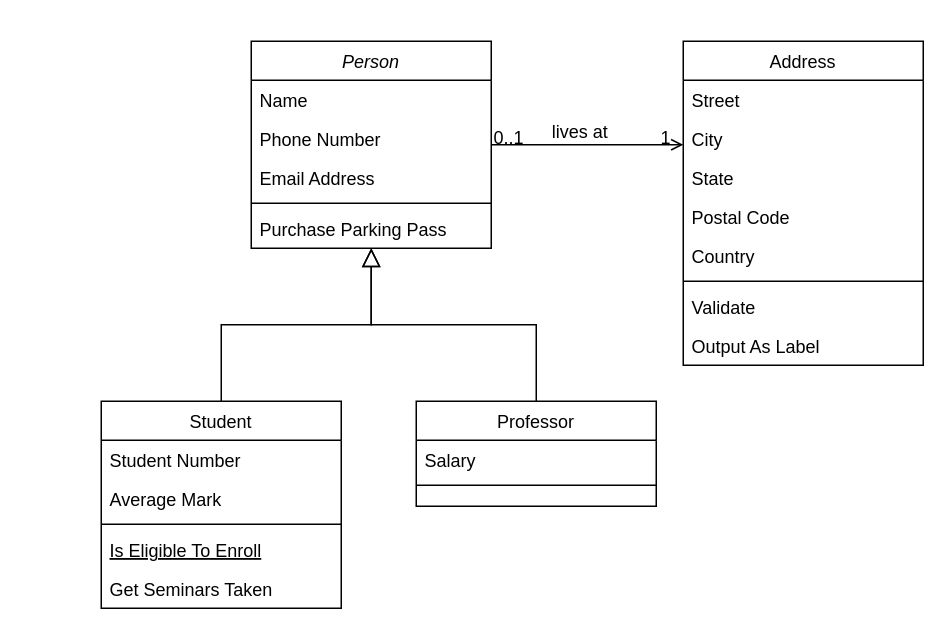
sopra-the-endboss/laser-chad-fullstack keeps this draw.io diagram as microservices_components.drawio. Above is the earlier version. Source tidied: cells renumbered, new cells numbered last; positions are measured from the earlier drawing's top-left corner, leaving out a move shared by most shapes. Both pictures are drawn from the tidied source at 150%, with x=0, y=0 at pixel (100, 40).
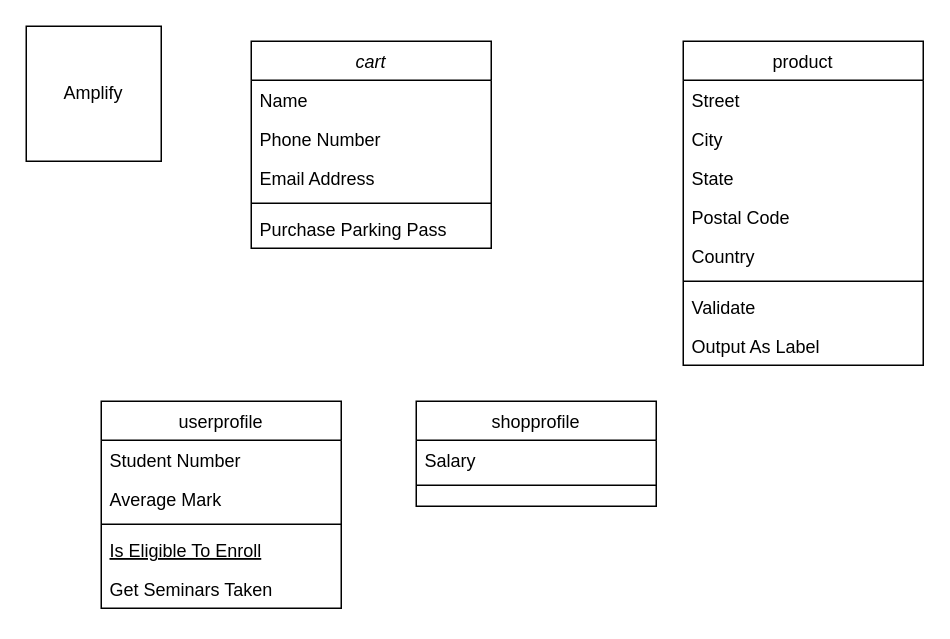
After the change.

What changed in the source:
```diff
@@
-    <mxCell id="2" value="Person" style="swimlane;fontStyle=2;align=center;verticalAlign=top;horizontal=1;startSize=26;rounded=0;shadow=0;strokeWidth=1;" parent="1" vertex="1">
+    <mxCell id="2" value="cart" style="swimlane;fontStyle=2;align=center;verticalAlign=top;horizontal=1;startSize=26;rounded=0;shadow=0;strokeWidth=1;" parent="1" vertex="1">
       <mxGeometry x="100" width="160" height="138" as="geometry" />
     </mxCell>
@@
-    <mxCell id="8" value="Student" style="swimlane;fontStyle=0;align=center;verticalAlign=top;horizontal=1;startSize=26;rounded=0;shadow=0;strokeWidth=1;" parent="1" vertex="1">
+    <mxCell id="8" value="userprofile" style="swimlane;fontStyle=0;align=center;verticalAlign=top;horizontal=1;startSize=26;rounded=0;shadow=0;strokeWidth=1;" parent="1" vertex="1">
       <mxGeometry y="240" width="160" height="138" as="geometry" />
     </mxCell>
@@
-    <mxCell id="14" style="endArrow=block;endSize=10;endFill=0;shadow=0;strokeWidth=1;rounded=0;curved=0;edgeStyle=elbowEdgeStyle;elbow=vertical;" parent="1" edge="1" source="8" target="2">
-      <mxGeometry relative="1" as="geometry" />
-    </mxCell>
-    <mxCell id="15" value="Professor" style="swimlane;fontStyle=0;align=center;verticalAlign=top;horizontal=1;startSize=26;rounded=0;shadow=0;strokeWidth=1;" parent="1" vertex="1">
+    <mxCell id="15" value="shopprofile" style="swimlane;fontStyle=0;align=center;verticalAlign=top;horizontal=1;startSize=26;rounded=0;shadow=0;strokeWidth=1;" parent="1" vertex="1">
       <mxGeometry x="210" y="240" width="160" height="70" as="geometry" />
     </mxCell>
@@
-    <mxCell id="18" style="endArrow=block;endSize=10;endFill=0;shadow=0;strokeWidth=1;rounded=0;curved=0;edgeStyle=elbowEdgeStyle;elbow=vertical;" parent="1" edge="1" source="15" target="2">
-      <mxGeometry relative="1" as="geometry" />
-    </mxCell>
-    <mxCell id="19" value="Address" style="swimlane;fontStyle=0;align=center;verticalAlign=top;horizontal=1;startSize=26;rounded=0;shadow=0;strokeWidth=1;" parent="1" vertex="1">
+    <mxCell id="19" value="product" style="swimlane;fontStyle=0;align=center;verticalAlign=top;horizontal=1;startSize=26;rounded=0;shadow=0;strokeWidth=1;" parent="1" vertex="1">
       <mxGeometry x="388" width="160" height="216" as="geometry" />
     </mxCell>
@@
-    <mxCell id="28" style="endArrow=open;shadow=0;strokeWidth=1;rounded=0;curved=0;endFill=1;edgeStyle=elbowEdgeStyle;elbow=vertical;" parent="1" edge="1" source="2" target="19">
-      <mxGeometry x="0.5" y="41" relative="1" as="geometry">
-        <mxPoint x="-40" y="32" as="offset" />
-      </mxGeometry>
-    </mxCell>
-    <mxCell id="29" value="0..1" style="align=left;verticalAlign=bottom;labelBackgroundColor=none;fontSize=12;" parent="28" vertex="1">
-      <mxGeometry x="-1" relative="1" as="geometry">
-        <mxPoint y="4" as="offset" />
-      </mxGeometry>
-    </mxCell>
-    <mxCell id="30" value="1" style="align=right;verticalAlign=bottom;labelBackgroundColor=none;fontSize=12;" parent="28" vertex="1">
-      <mxGeometry x="1" relative="1" as="geometry">
-        <mxPoint x="-7" y="4" as="offset" />
-      </mxGeometry>
-    </mxCell>
-    <mxCell id="31" value="lives at" style="text;html=1;align=center;verticalAlign=middle;labelBackgroundColor=none;rounded=0;shadow=0;strokeWidth=1;fontSize=12;" parent="28" vertex="1">
-      <mxGeometry x="0.5" y="49" relative="1" as="geometry">
-        <mxPoint x="-38" y="40" as="offset" />
-      </mxGeometry>
-    </mxCell>
+    <mxCell id="32" value="Amplify" style="whiteSpace=wrap;html=1;" parent="1" vertex="1">
+      <mxGeometry x="-50" y="-10" width="90" height="90" as="geometry" />
+    </mxCell>
```
